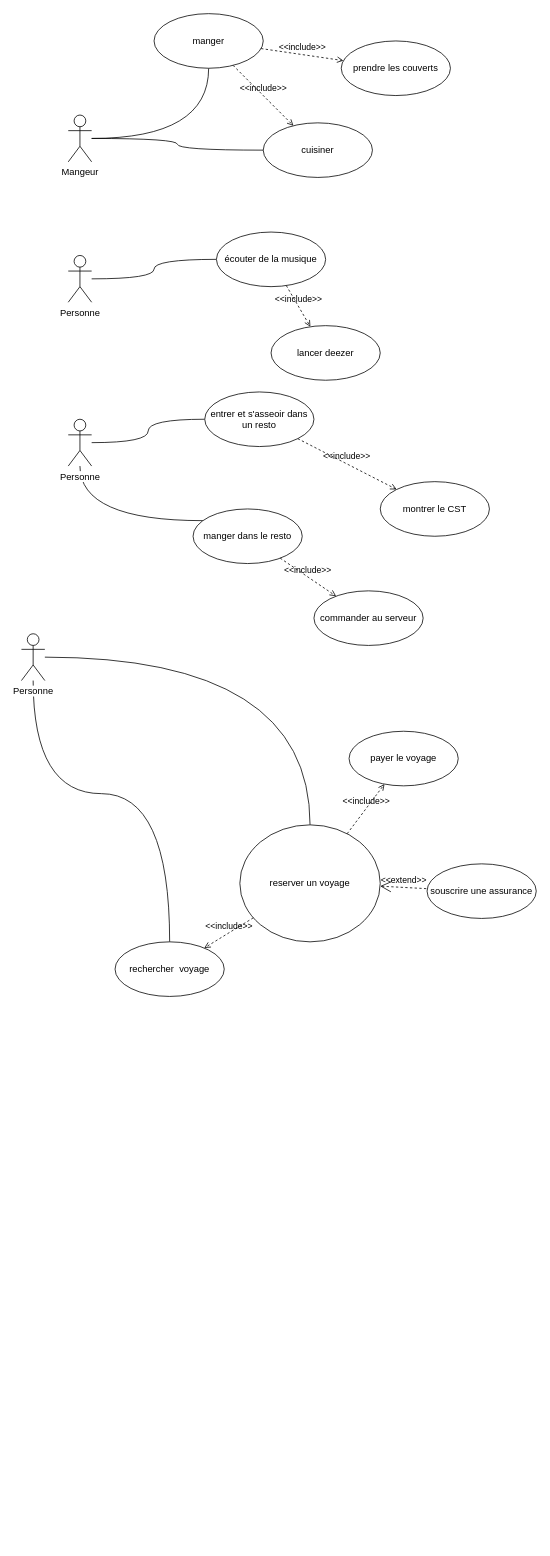
Before: UseCases/Notes/ExemplesCours/exemplesSlides.drawio in choquitofrito/Int3-WAD-UML, a draw.io diagram. Source tidied: cells renumbered, new cells numbered last; positions are measured from the earlier drawing's top-left corner, leaving out a move shared by most shapes. Both pictures are drawn from the tidied source at 78%, with x=0, y=0 at pixel (21, 13).
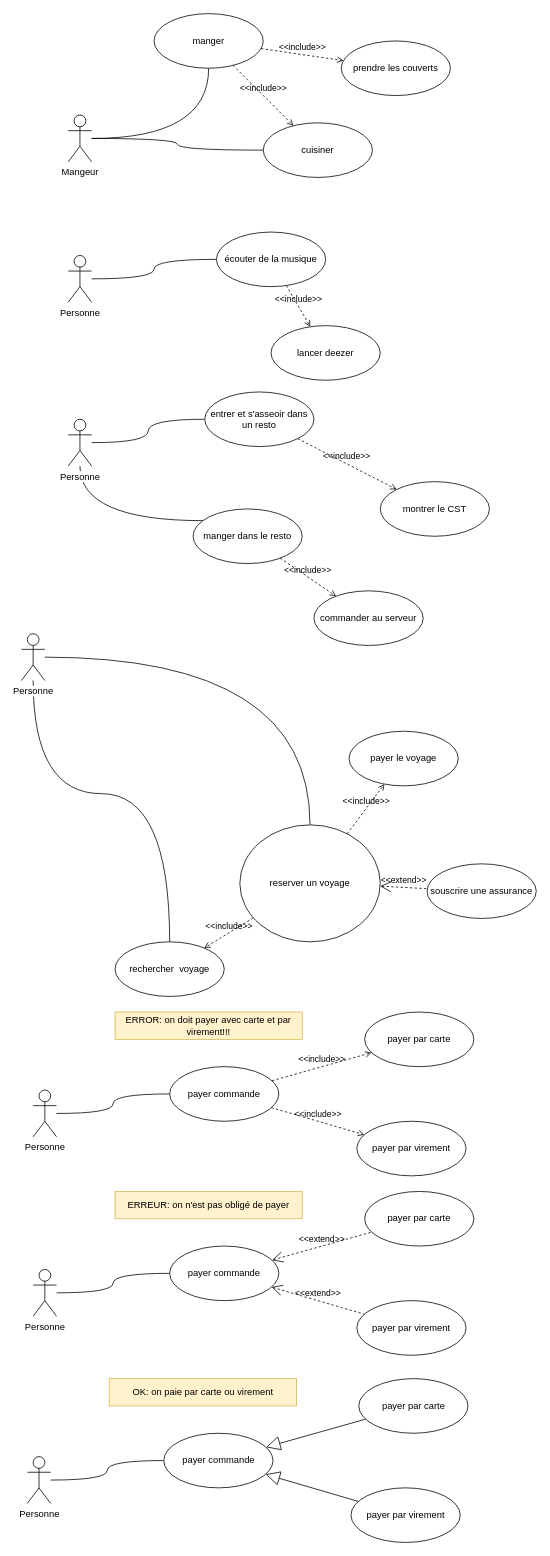
The same diagram, later.

Change to the diagram source:
```diff
@@
+    <mxCell id="34" style="edgeStyle=orthogonalEdgeStyle;curved=1;rounded=0;jettySize=auto;html=1;endArrow=none;endFill=0;" parent="1" edge="1" source="35" target="36">
+      <mxGeometry relative="1" as="geometry" />
+    </mxCell>
+    <mxCell id="35" value="Personne" style="shape=umlActor;verticalLabelPosition=bottom;labelBackgroundColor=#ffffff;verticalAlign=top;html=1;outlineConnect=0;" parent="1" vertex="1">
+      <mxGeometry x="15" y="1380" width="30" height="60" as="geometry" />
+    </mxCell>
+    <mxCell id="36" value="payer commande" style="ellipse;whiteSpace=wrap;html=1;" parent="1" vertex="1">
+      <mxGeometry x="190" y="1350" width="140" height="70" as="geometry" />
+    </mxCell>
+    <mxCell id="37" value="payer par carte" style="ellipse;whiteSpace=wrap;html=1;" parent="1" vertex="1">
+      <mxGeometry x="440" y="1280" width="140" height="70" as="geometry" />
+    </mxCell>
+    <mxCell id="38" value="payer par virement" style="ellipse;whiteSpace=wrap;html=1;" parent="1" vertex="1">
+      <mxGeometry x="430" y="1420" width="140" height="70" as="geometry" />
+    </mxCell>
+    <mxCell id="39" value="&amp;lt;&amp;lt;include&amp;gt;&amp;gt;" style="edgeStyle=none;html=1;endArrow=open;verticalAlign=bottom;dashed=1;labelBackgroundColor=none;" parent="1" edge="1" source="36" target="38">
+      <mxGeometry relative="1" as="geometry" />
+    </mxCell>
+    <mxCell id="40" value="&amp;lt;&amp;lt;include&amp;gt;&amp;gt;" style="edgeStyle=none;html=1;endArrow=open;verticalAlign=bottom;dashed=1;labelBackgroundColor=none;" parent="1" edge="1" source="36" target="37">
+      <mxGeometry relative="1" as="geometry" />
+    </mxCell>
+    <mxCell id="41" value="ERROR: on doit payer avec carte et par virement!!!" style="text;html=1;strokeColor=#d6b656;fillColor=#fff2cc;align=center;verticalAlign=middle;whiteSpace=wrap;rounded=0;" parent="1" vertex="1">
+      <mxGeometry x="120" y="1280" width="240" height="35" as="geometry" />
+    </mxCell>
+    <mxCell id="42" style="edgeStyle=orthogonalEdgeStyle;curved=1;rounded=0;jettySize=auto;html=1;endArrow=none;endFill=0;" parent="1" edge="1" source="43" target="44">
+      <mxGeometry relative="1" as="geometry" />
+    </mxCell>
+    <mxCell id="43" value="Personne" style="shape=umlActor;verticalLabelPosition=bottom;labelBackgroundColor=#ffffff;verticalAlign=top;html=1;outlineConnect=0;" parent="1" vertex="1">
+      <mxGeometry x="15" y="1610" width="30" height="60" as="geometry" />
+    </mxCell>
+    <mxCell id="44" value="payer commande" style="ellipse;whiteSpace=wrap;html=1;" parent="1" vertex="1">
+      <mxGeometry x="190" y="1580" width="140" height="70" as="geometry" />
+    </mxCell>
+    <mxCell id="45" value="payer par carte" style="ellipse;whiteSpace=wrap;html=1;" parent="1" vertex="1">
+      <mxGeometry x="440" y="1510" width="140" height="70" as="geometry" />
+    </mxCell>
+    <mxCell id="46" value="payer par virement" style="ellipse;whiteSpace=wrap;html=1;" parent="1" vertex="1">
+      <mxGeometry x="430" y="1650" width="140" height="70" as="geometry" />
+    </mxCell>
+    <mxCell id="47" value="ERREUR: on n'est pas obligé de payer" style="text;html=1;strokeColor=#d6b656;fillColor=#fff2cc;align=center;verticalAlign=middle;whiteSpace=wrap;rounded=0;" parent="1" vertex="1">
+      <mxGeometry x="120" y="1510" width="240" height="35" as="geometry" />
+    </mxCell>
+    <mxCell id="48" value="&amp;lt;&amp;lt;extend&amp;gt;&amp;gt;" style="edgeStyle=none;html=1;startArrow=open;endArrow=none;startSize=12;verticalAlign=bottom;dashed=1;labelBackgroundColor=none;" parent="1" edge="1" source="44" target="45">
+      <mxGeometry relative="1" as="geometry" />
+    </mxCell>
+    <mxCell id="49" value="&amp;lt;&amp;lt;extend&amp;gt;&amp;gt;" style="edgeStyle=none;html=1;startArrow=open;endArrow=none;startSize=12;verticalAlign=bottom;dashed=1;labelBackgroundColor=none;" parent="1" edge="1" source="44" target="46">
+      <mxGeometry relative="1" as="geometry" />
+    </mxCell>
+    <mxCell id="50" style="edgeStyle=orthogonalEdgeStyle;curved=1;rounded=0;jettySize=auto;html=1;endArrow=none;endFill=0;" parent="1" edge="1" source="51" target="52">
+      <mxGeometry relative="1" as="geometry" />
+    </mxCell>
+    <mxCell id="51" value="Personne" style="shape=umlActor;verticalLabelPosition=bottom;labelBackgroundColor=#ffffff;verticalAlign=top;html=1;outlineConnect=0;" parent="1" vertex="1">
+      <mxGeometry x="7.5" y="1850" width="30" height="60" as="geometry" />
+    </mxCell>
+    <mxCell id="52" value="payer commande" style="ellipse;whiteSpace=wrap;html=1;" parent="1" vertex="1">
+      <mxGeometry x="182.5" y="1820" width="140" height="70" as="geometry" />
+    </mxCell>
+    <mxCell id="53" value="payer par carte" style="ellipse;whiteSpace=wrap;html=1;" parent="1" vertex="1">
+      <mxGeometry x="432.5" y="1750" width="140" height="70" as="geometry" />
+    </mxCell>
+    <mxCell id="54" value="payer par virement" style="ellipse;whiteSpace=wrap;html=1;" parent="1" vertex="1">
+      <mxGeometry x="422.5" y="1890" width="140" height="70" as="geometry" />
+    </mxCell>
+    <mxCell id="55" value="OK: on paie par carte ou virement" style="text;html=1;strokeColor=#d6b656;fillColor=#fff2cc;align=center;verticalAlign=middle;whiteSpace=wrap;rounded=0;" parent="1" vertex="1">
+      <mxGeometry x="112.5" y="1750" width="240" height="35" as="geometry" />
+    </mxCell>
+    <mxCell id="56" style="endArrow=block;endSize=16;endFill=0;html=1;" parent="1" edge="1" source="54" target="52">
+      <mxGeometry relative="1" as="geometry" />
+    </mxCell>
+    <mxCell id="57" style="endArrow=block;endSize=16;endFill=0;html=1;" parent="1" edge="1" source="53" target="52">
+      <mxGeometry relative="1" as="geometry" />
+    </mxCell>
```
